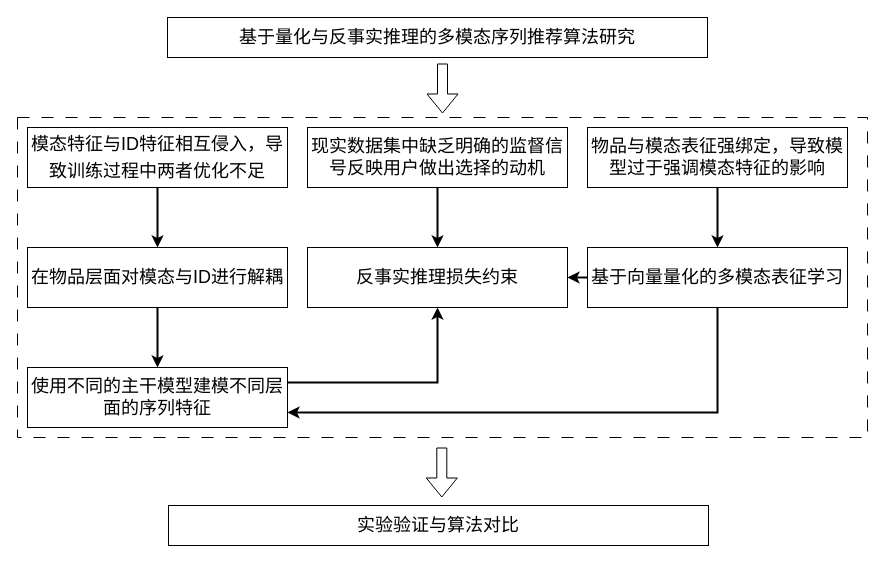
This is 多模态/毕设_主要内容图.drawio from rabbicat30/test, a draw.io file, before an edit. Source tidied: cells renumbered, new cells numbered last; positions are measured from the earlier drawing's top-left corner, leaving out a move shared by most shapes. Both pictures are drawn from the tidied source at 100%, with x=0, y=0 at pixel (17, 17).
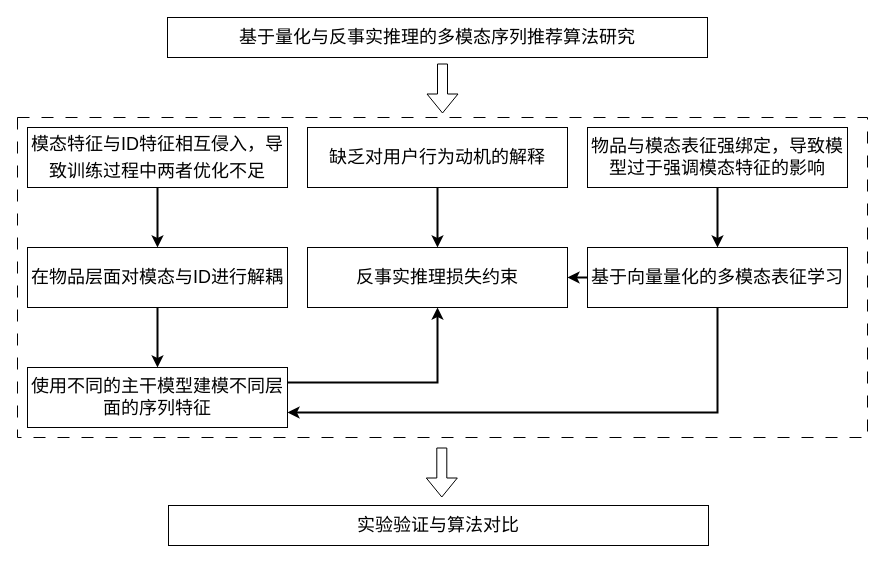
Above is the later version.

Commit message:
更新毕设_主要内容图.drawio

Change to the diagram source:
```diff
@@
-    <mxCell id="7" value="&lt;font face=&quot;宋体&quot;&gt;&lt;span style=&quot;font-size: 18px;&quot;&gt;现实数据集中缺乏明确的监督信号反映用户做出选择的动机&lt;/span&gt;&lt;/font&gt;" style="rounded=0;whiteSpace=wrap;html=1;align=center;" parent="1" vertex="1">
+    <mxCell id="7" value="&lt;font face=&quot;宋体&quot;&gt;&lt;span style=&quot;font-size: 18px;&quot;&gt;缺乏对用户行为动机的解释&lt;/span&gt;&lt;/font&gt;" style="rounded=0;whiteSpace=wrap;html=1;align=center;" parent="1" vertex="1">
       <mxGeometry x="290" y="110" width="260" height="60" as="geometry" />
     </mxCell>
```
